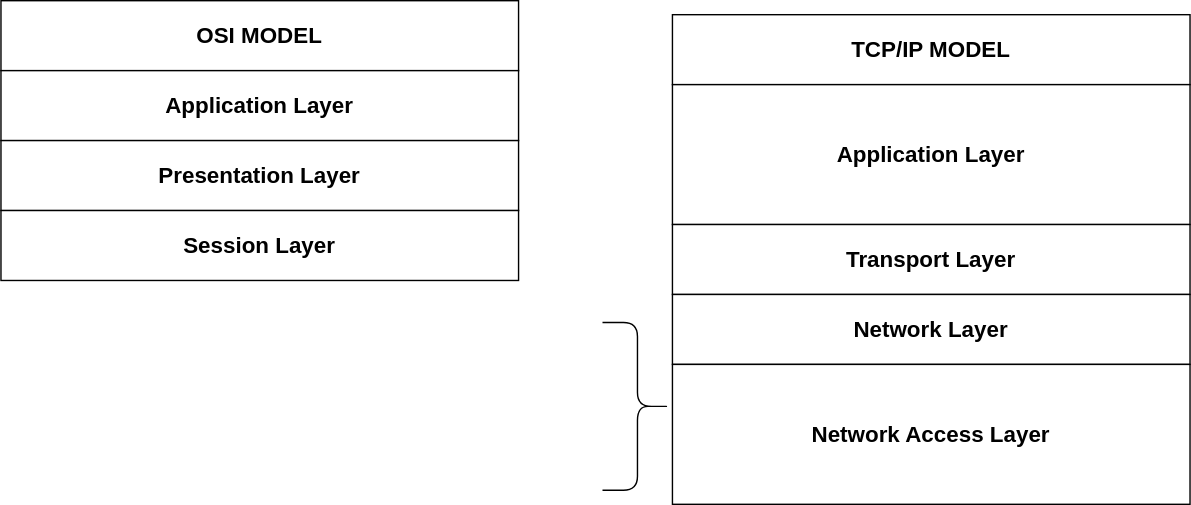
Before: TCP/IP Model.drawio.svg, a diagram exported from draw.io (chloe-valentine/network-diagrams). Source tidied: cells renumbered, new cells last; positions are measured from the earlier drawing's top-left corner, leaving out a move shared by most shapes.
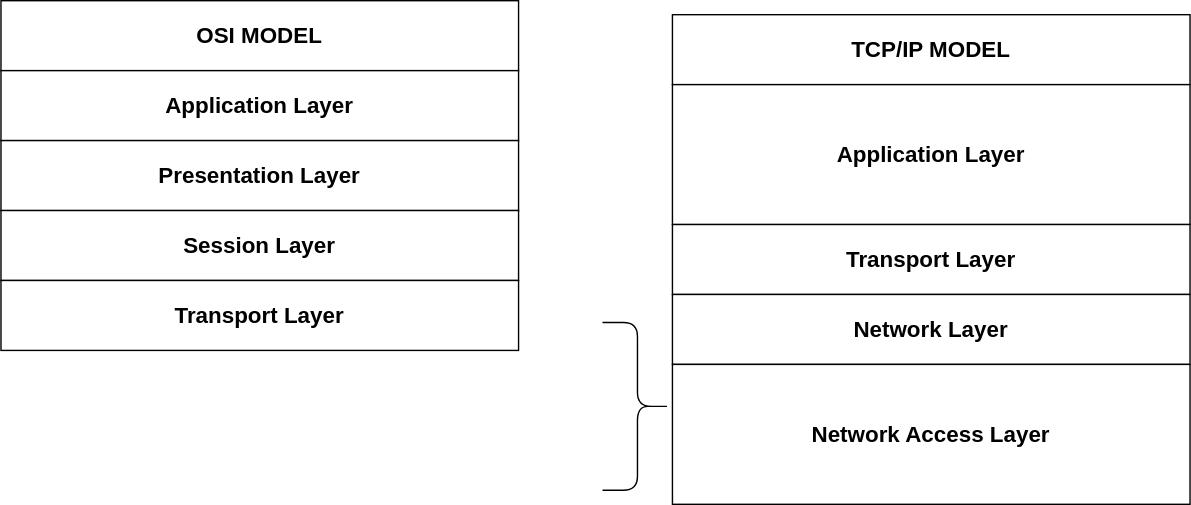
After the change.

Change to the diagram source:
```diff
@@ -32,5 +32,8 @@
     <mxCell id="11" value="&lt;font style=&quot;font-size: 16px;&quot;&gt;&lt;b&gt;Session Layer&lt;/b&gt;&lt;/font&gt;" style="rounded=0;whiteSpace=wrap;html=1;" parent="1" vertex="1">
       <mxGeometry y="150" width="370" height="50" as="geometry" />
     </mxCell>
+    <mxCell id="12" value="&lt;font style=&quot;font-size: 16px;&quot;&gt;&lt;b&gt;Transport Layer&lt;/b&gt;&lt;/font&gt;" style="rounded=0;whiteSpace=wrap;html=1;" parent="1" vertex="1">
+      <mxGeometry y="200" width="370" height="50" as="geometry" />
+    </mxCell>
   </root>
 </mxGraphModel>
```
